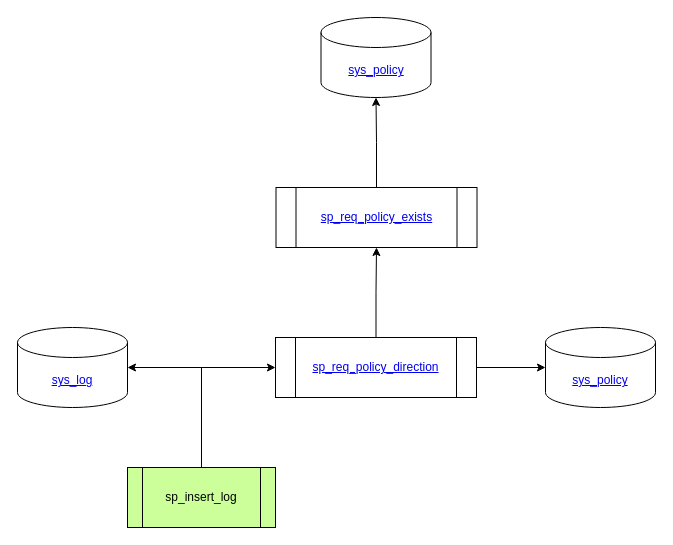
The draw.io diagram sp_insert_log.drawio in Leo-Nam/chium_draw, before the edit. Source tidied: cells renumbered, new cells numbered last; positions are measured from the earlier drawing's top-left corner, leaving out a move shared by most shapes. Both pictures are drawn from the tidied source at 100%, with x=0, y=0 at pixel (17, 17).
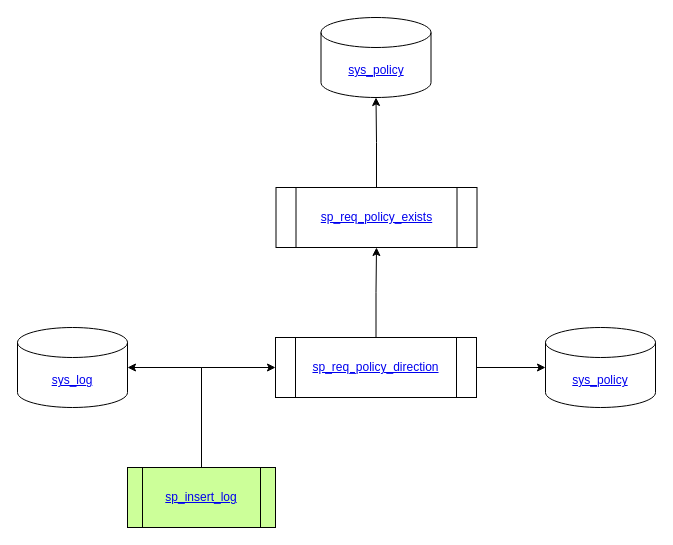
After the change.

Commit message (it also covers changes not shown here):
sp_insert_collector_wste_lists

The edit, as a diff of the source:
```diff
@@
 <mxGraphModel>
   <root>
     <mxCell id="0" />
     <mxCell id="1" parent="0" />
     <mxCell id="2" style="edgeStyle=orthogonalEdgeStyle;rounded=0;jettySize=auto;html=1;entryX=0;entryY=0.5;entryDx=0;entryDy=0;" parent="1" edge="1" source="4" target="7">
       <mxGeometry relative="1" as="geometry" />
     </mxCell>
     <mxCell id="3" style="edgeStyle=orthogonalEdgeStyle;rounded=0;jettySize=auto;html=1;entryX=1;entryY=0.5;entryDx=0;entryDy=0;entryPerimeter=0;" parent="1" edge="1" source="4" target="11">
       <mxGeometry relative="1" as="geometry" />
     </mxCell>
-    <mxCell id="4" value="sp_insert_log" style="shape=process;whiteSpace=wrap;html=1;backgroundOutline=1;fillColor=#CCFF99;" parent="1" vertex="1">
+    <mxCell id="4" value="&lt;a href=&quot;https://www.notion.so/sp_insert_log-dce3d6868614423c9347425628eb697d&quot;&gt;sp_insert_log&lt;/a&gt;" style="shape=process;whiteSpace=wrap;html=1;backgroundOutline=1;fillColor=#CCFF99;" parent="1" vertex="1">
       <mxGeometry x="110" y="450" width="148" height="60" as="geometry" />
     </mxCell>
     <mxCell id="5" style="edgeStyle=orthogonalEdgeStyle;rounded=0;jettySize=auto;html=1;" parent="1" edge="1" source="7" target="9">
       <mxGeometry relative="1" as="geometry" />
     </mxCell>
     <mxCell id="6" style="edgeStyle=orthogonalEdgeStyle;rounded=0;jettySize=auto;html=1;" parent="1" edge="1" source="7" target="10">
       <mxGeometry relative="1" as="geometry" />
     </mxCell>
     <mxCell id="7" value="&lt;a href=&quot;https://github.com/Leo-Nam/chium_draw/blob/master/sp_req_policy_direction.drawio&quot;&gt;sp_req_policy_direction&lt;/a&gt;" style="shape=process;whiteSpace=wrap;html=1;backgroundOutline=1;rounded=0;fillColor=#FFFFFF;" parent="1" vertex="1">
       <mxGeometry x="258" y="320" width="201" height="60" as="geometry" />
     </mxCell>
     <mxCell id="8" style="edgeStyle=orthogonalEdgeStyle;rounded=0;jettySize=auto;html=1;" parent="1" edge="1" source="9" target="12">
       <mxGeometry relative="1" as="geometry" />
     </mxCell>
     <mxCell id="9" value="&lt;a href=&quot;https://github.com/Leo-Nam/chium_draw/blob/master/sp_req_policy_exists.drawio&quot;&gt;sp_req_policy_exists&lt;/a&gt;" style="shape=process;whiteSpace=wrap;html=1;backgroundOutline=1;rounded=0;" parent="1" vertex="1">
       <mxGeometry x="258.5" y="170" width="201" height="60" as="geometry" />
     </mxCell>
     <mxCell id="10" value="&lt;a href=&quot;https://www.notion.so/sys_policy-99dee461e3f548ba852944964da8f696&quot;&gt;sys_policy&lt;/a&gt;" style="shape=cylinder3;whiteSpace=wrap;html=1;boundedLbl=1;backgroundOutline=1;size=15;" parent="1" vertex="1">
       <mxGeometry x="528" y="310" width="110" height="80" as="geometry" />
     </mxCell>
     <mxCell id="11" value="&lt;a href=&quot;https://www.notion.so/sys_log-e20202d2460e4f1d9ce7315ad216cbe5&quot;&gt;sys_log&lt;/a&gt;" style="shape=cylinder3;whiteSpace=wrap;html=1;boundedLbl=1;backgroundOutline=1;size=15;" parent="1" vertex="1">
       <mxGeometry y="310" width="110" height="80" as="geometry" />
     </mxCell>
     <mxCell id="12" value="&lt;a href=&quot;https://www.notion.so/sys_policy-99dee461e3f548ba852944964da8f696&quot;&gt;sys_policy&lt;/a&gt;" style="shape=cylinder3;whiteSpace=wrap;html=1;boundedLbl=1;backgroundOutline=1;size=15;" parent="1" vertex="1">
       <mxGeometry x="303.5" width="110" height="80" as="geometry" />
     </mxCell>
   </root>
 </mxGraphModel>
```
